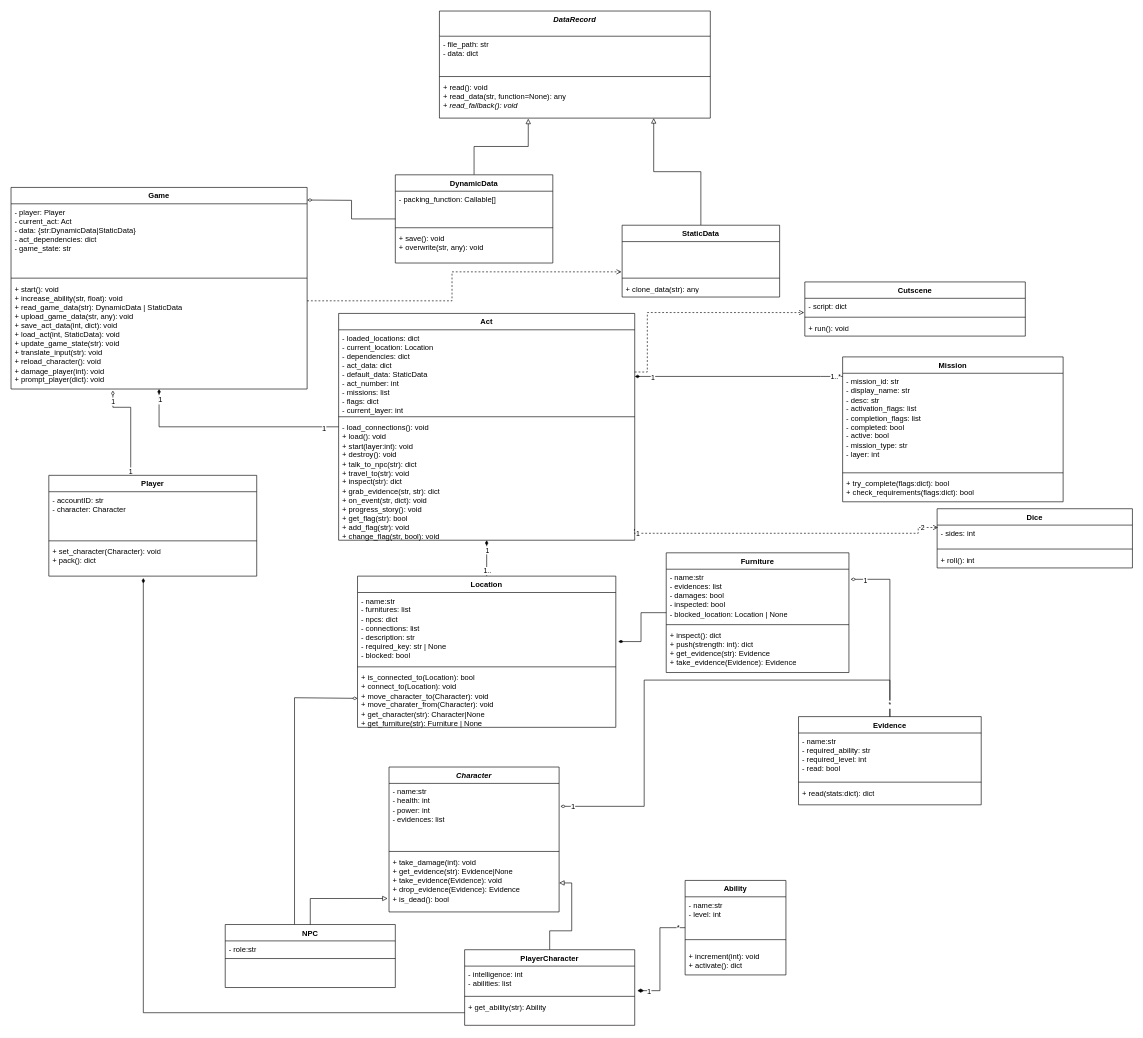
Engenheiro87/ProjetoOOP_RPG-GAME keeps this draw.io diagram as page "CLASS" (1 of 2) of dev_files/UML_Diagram.drawio. Above is the earlier version. Source tidied: cells renumbered, new cells numbered last; positions are measured from the earlier drawing's top-left corner, leaving out a move shared by most shapes. Both pictures are drawn from the tidied source at 63%, with x=0, y=0 at pixel (11, 11).
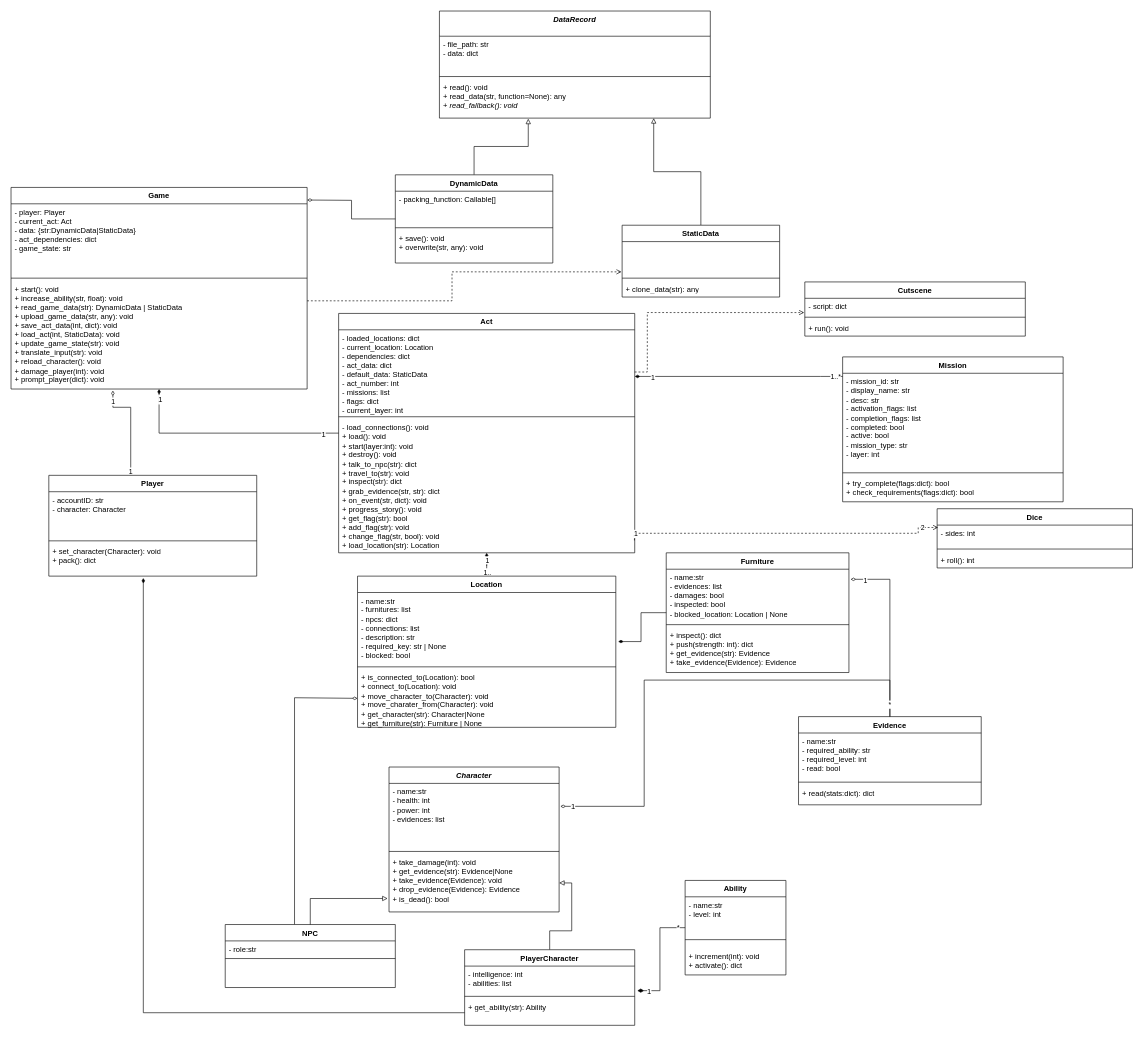
The same page after the edit.

What changed in the source:
```diff
@@
     <mxCell id="53" value="Act" style="swimlane;fontStyle=1;align=center;verticalAlign=top;horizontal=1;startSize=26;whiteSpace=wrap;html=1;" parent="1" vertex="1">
-      <mxGeometry x="520" y="480" width="470" height="360" as="geometry" />
+      <mxGeometry x="520" y="480" width="470" height="380" as="geometry" />
     </mxCell>
@@
-    <mxCell id="56" value="&lt;div&gt;- load_connections(): void&lt;/div&gt;&lt;div&gt;+ load(): void&lt;/div&gt;&lt;div&gt;+ start(layer:int): void&lt;/div&gt;&lt;div&gt;+ destroy(): void&lt;/div&gt;&lt;div&gt;+ talk_to_npc(str): dict&lt;/div&gt;&lt;div&gt;+ travel_to(str): void&lt;/div&gt;&lt;div&gt;+ inspect(str): dict&lt;/div&gt;&lt;div&gt;+ grab_evidence(str, str): dict&lt;/div&gt;&lt;div&gt;+ on_event(str, dict): void&lt;/div&gt;&lt;div&gt;+ progress_story(): void&lt;/div&gt;&lt;div&gt;+ get_flag(str): bool&lt;/div&gt;&lt;div&gt;+ add_flag(str): void&lt;/div&gt;&lt;div&gt;+ change_flag(str, bool): void&lt;/div&gt;" style="text;strokeColor=none;fillColor=none;align=left;verticalAlign=top;spacingLeft=4;spacingRight=4;overflow=hidden;points=[[0,0.5],[1,0.5]];portConstraint=eastwest;whiteSpace=wrap;html=1;" parent="53" vertex="1">
-      <mxGeometry y="168" width="470" height="192" as="geometry" />
+    <mxCell id="56" value="&lt;div&gt;- load_connections(): void&lt;/div&gt;&lt;div&gt;+ load(): void&lt;/div&gt;&lt;div&gt;+ start(layer:int): void&lt;/div&gt;&lt;div&gt;+ destroy(): void&lt;/div&gt;&lt;div&gt;+ talk_to_npc(str): dict&lt;/div&gt;&lt;div&gt;+ travel_to(str): void&lt;/div&gt;&lt;div&gt;+ inspect(str): dict&lt;/div&gt;&lt;div&gt;+ grab_evidence(str, str): dict&lt;/div&gt;&lt;div&gt;+ on_event(str, dict): void&lt;/div&gt;&lt;div&gt;+ progress_story(): void&lt;/div&gt;&lt;div&gt;+ get_flag(str): bool&lt;/div&gt;&lt;div&gt;+ add_flag(str): void&lt;/div&gt;&lt;div&gt;+ change_flag(str, bool): void&lt;/div&gt;&lt;div&gt;+ load_location(str): Location&lt;/div&gt;" style="text;strokeColor=none;fillColor=none;align=left;verticalAlign=top;spacingLeft=4;spacingRight=4;overflow=hidden;points=[[0,0.5],[1,0.5]];portConstraint=eastwest;whiteSpace=wrap;html=1;" parent="53" vertex="1">
+      <mxGeometry y="168" width="470" height="212" as="geometry" />
     </mxCell>
```
